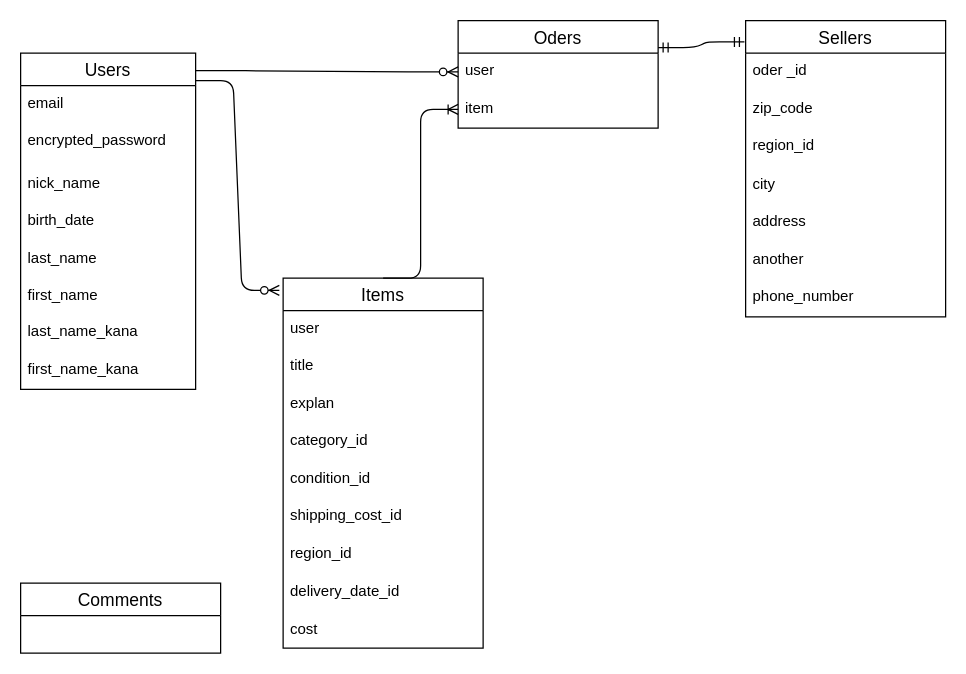
a19871206/furima-40560 keeps this draw.io diagram as ER.dio. Above is the earlier version. Source tidied: cells renumbered, new cells numbered last; positions are measured from the earlier drawing's top-left corner, leaving out a move shared by most shapes. Both pictures are drawn from the tidied source at 125%, with x=0, y=0 at pixel (20, 20).
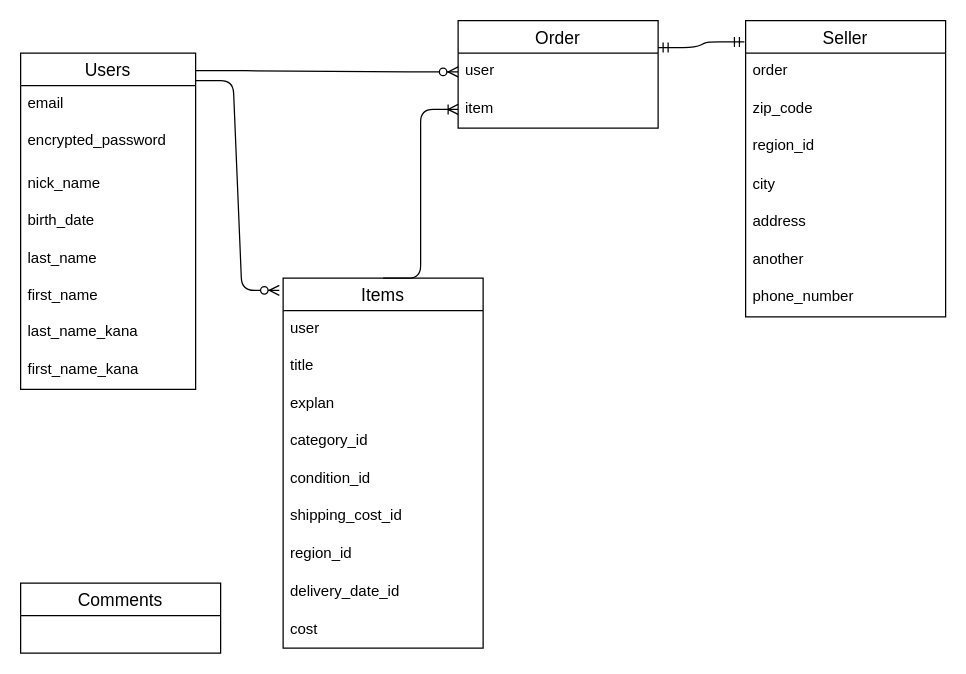
The same diagram, later.

Commit message (it also covers changes not shown here):
データテーブル設計3.80

Change to the diagram source:
```diff
@@
-    <mxCell id="11" value="Oders" style="swimlane;fontStyle=0;horizontal=1;startSize=26;align=center;fontSize=14;" parent="1" vertex="1">
+    <mxCell id="11" value="Order" style="swimlane;fontStyle=0;horizontal=1;startSize=26;align=center;fontSize=14;" parent="1" vertex="1">
       <mxGeometry x="350" width="160" height="86" as="geometry" />
     </mxCell>
@@
-    <mxCell id="17" value="Sellers" style="swimlane;fontStyle=0;horizontal=1;startSize=26;align=center;fontSize=14;" parent="1" vertex="1">
+    <mxCell id="17" value="Seller" style="swimlane;fontStyle=0;horizontal=1;startSize=26;align=center;fontSize=14;" parent="1" vertex="1">
       <mxGeometry x="580" width="160" height="237" as="geometry" />
     </mxCell>
-    <mxCell id="18" value="oder _id" style="text;strokeColor=none;fillColor=none;spacingLeft=4;spacingRight=4;overflow=hidden;fontSize=12;" parent="17" vertex="1">
+    <mxCell id="18" value="order" style="text;strokeColor=none;fillColor=none;spacingLeft=4;spacingRight=4;overflow=hidden;fontSize=12;" parent="17" vertex="1">
       <mxGeometry y="26" width="160" height="30" as="geometry" />
     </mxCell>
```
